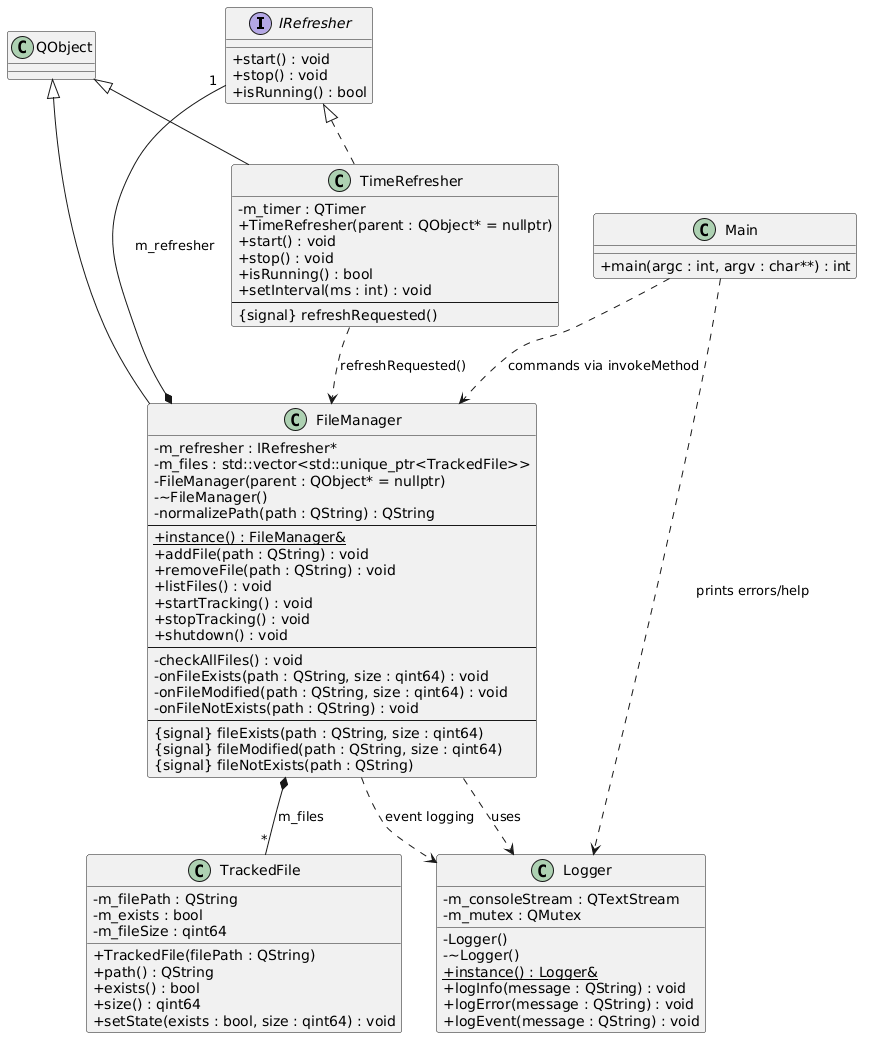
Earlier version of the PlantUML export images/diagramuml.png (dmitianna/File-Tracking).
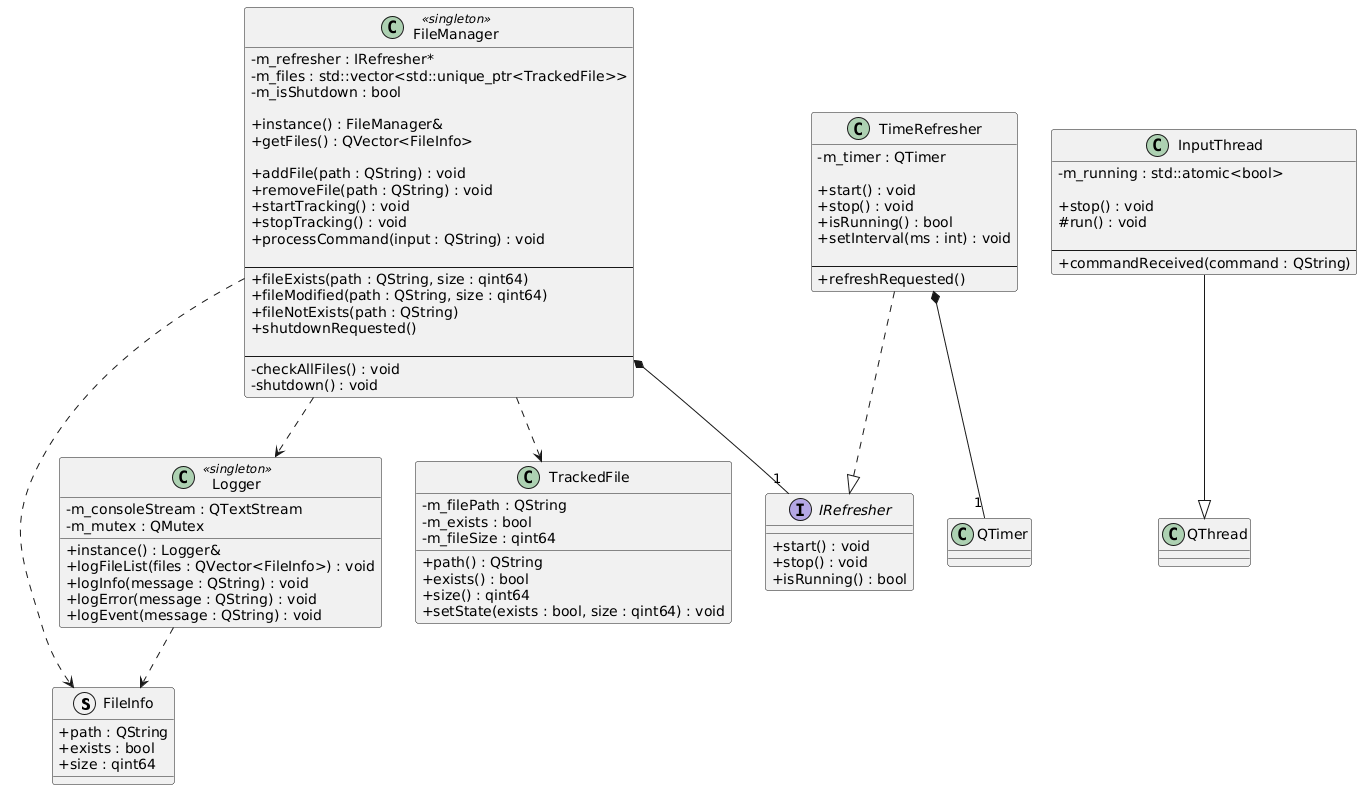
After the commit.

Commit message:
Обновлены диаграммы

Diff of the diagram source:
```diff
@@ -1,83 +1,99 @@
 @startuml
 skinparam classAttributeIconSize 0
 
+STRUCT FileInfo {
+    + path : QString
+    + exists : bool
+    + size : qint64
+}
+
+class Logger <<singleton>> {
+    - m_consoleStream : QTextStream
+    - m_mutex : QMutex
+
+    + instance() : Logger&
+    + logFileList(files : QVector<FileInfo>) : void
+    + logInfo(message : QString) : void
+    + logError(message : QString) : void
+    + logEvent(message : QString) : void
+}
+
 interface IRefresher {
-    +start() : void
-    +stop() : void
-    +isRunning() : bool
+    + start() : void
+    + stop() : void
+    + isRunning() : bool
 }
 
 class TimeRefresher {
-    -m_timer : QTimer
-    +TimeRefresher(parent : QObject* = nullptr)
-    +start() : void
-    +stop() : void
-    +isRunning() : bool
-    +setInterval(ms : int) : void
+    - m_timer : QTimer
+
+    + start() : void
+    + stop() : void
+    + isRunning() : bool
+    + setInterval(ms : int) : void
+
     --
-    {signal} refreshRequested()
+    + refreshRequested()
 }
 
 class TrackedFile {
-    -m_filePath : QString
-    -m_exists : bool
-    -m_fileSize : qint64
-    +TrackedFile(filePath : QString)
-    +path() : QString
-    +exists() : bool
-    +size() : qint64
-    +setState(exists : bool, size : qint64) : void
+    - m_filePath : QString
+    - m_exists : bool
+    - m_fileSize : qint64
+
+    + path() : QString
+    + exists() : bool
+    + size() : qint64
+    + setState(exists : bool, size : qint64) : void
 }
 
-class Logger {
-    -m_consoleStream : QTextStream
-    -m_mutex : QMutex
-    -Logger()
-    -~Logger()
-    +{static} instance() : Logger&
-    +logInfo(message : QString) : void
-    +logError(message : QString) : void
-    +logEvent(message : QString) : void
+class FileManager <<singleton>> {
+    - m_refresher : IRefresher*
+    - m_files : std::vector<std::unique_ptr<TrackedFile>>
+    - m_isShutdown : bool
+
+    + instance() : FileManager&
+    + getFiles() : QVector<FileInfo>
+
+    + addFile(path : QString) : void
+    + removeFile(path : QString) : void
+    + startTracking() : void
+    + stopTracking() : void
+    + processCommand(input : QString) : void
+
+    --
+    + fileExists(path : QString, size : qint64)
+    + fileModified(path : QString, size : qint64)
+    + fileNotExists(path : QString)
+    + shutdownRequested()
+
+    --
+    - checkAllFiles() : void
+    - shutdown() : void
 }
 
-class FileManager {
-    -m_refresher : IRefresher*
-    -m_files : std::vector<std::unique_ptr<TrackedFile>>
-    -FileManager(parent : QObject* = nullptr)
-    -~FileManager()
-    -normalizePath(path : QString) : QString
+class InputThread {
+    - m_running : std::atomic<bool>
+
+    + stop() : void
+    # run() : void
+
     --
-    +{static} instance() : FileManager&
-    +addFile(path : QString) : void
-    +removeFile(path : QString) : void
-    +listFiles() : void
-    +startTracking() : void
-    +stopTracking() : void
-    +shutdown() : void
-    --
-    -checkAllFiles() : void
-    -onFileExists(path : QString, size : qint64) : void
-    -onFileModified(path : QString, size : qint64) : void
-    -onFileNotExists(path : QString) : void
-    --
-    {signal} fileExists(path : QString, size : qint64)
-    {signal} fileModified(path : QString, size : qint64)
-    {signal} fileNotExists(path : QString)
+    + commandReceived(command : QString)
 }
 
-class Main {
-    +main(argc : int, argv : char**) : int
-}
+class QThread
+class QTimer
 
-QObject <|-- FileManager
-QObject <|-- TimeRefresher
-IRefresher <|.. TimeRefresher
 
-FileManager *-- "1" IRefresher : m_refresher
-FileManager *-- "*" TrackedFile : m_files
-FileManager ..> Logger : uses
-Main ..> FileManager : commands via invokeMethod
-Main ..> Logger : prints errors/help
-TimeRefresher ..> FileManager : refreshRequested()
-FileManager ..> Logger : event logging
+TimeRefresher ..|> IRefresher
+InputThread --|> QThread
+
+FileManager *-- "1" IRefresher
+TimeRefresher *-- "1" QTimer
+
+FileManager ..> TrackedFile
+FileManager ..> Logger
+Logger ..> FileInfo
+FileManager ..> FileInfo
 @enduml
```
